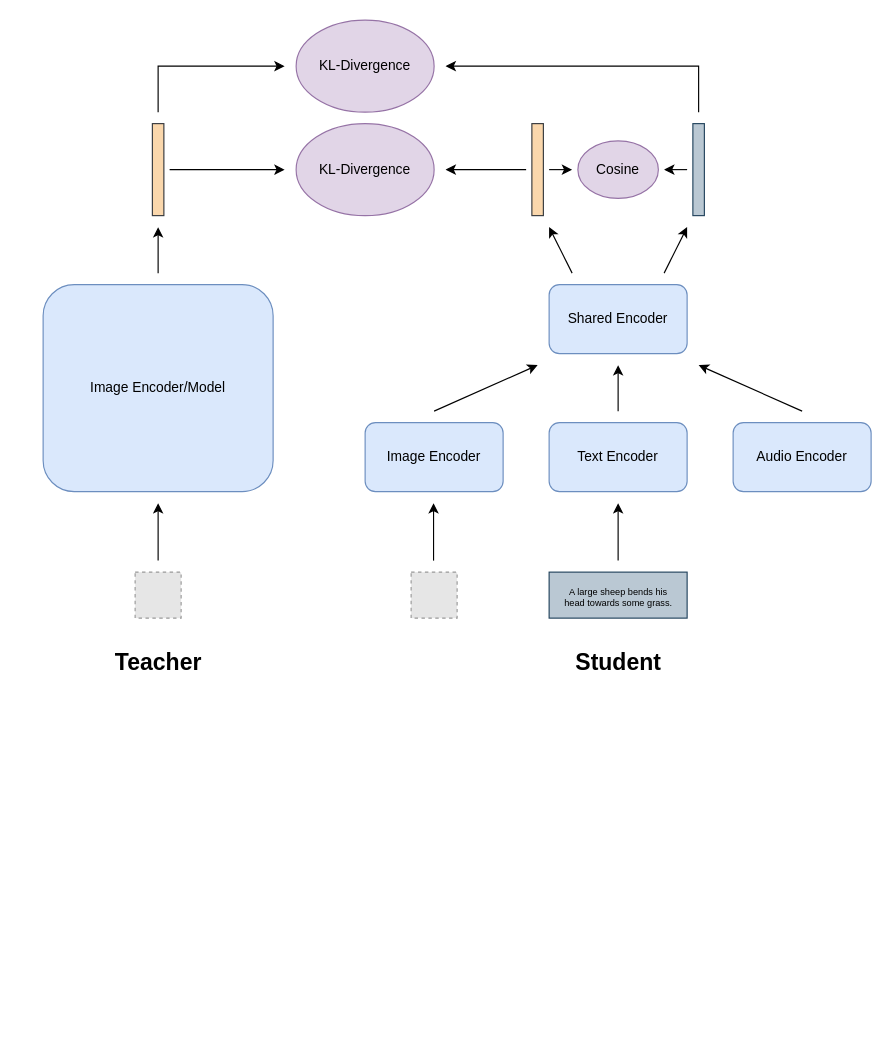
This is docs/thesis/figures/shre.drawio from TimCares/MasterThesis, a draw.io file, before an edit. Source tidied: cells renumbered, new cells numbered last; positions are measured from the earlier drawing's top-left corner, leaving out a move shared by most shapes. Both pictures are drawn from the tidied source at 115%, with x=0, y=0 at pixel (43, 20). Pictures stored in the file or linked from it are replaced by grey dashed boxes.
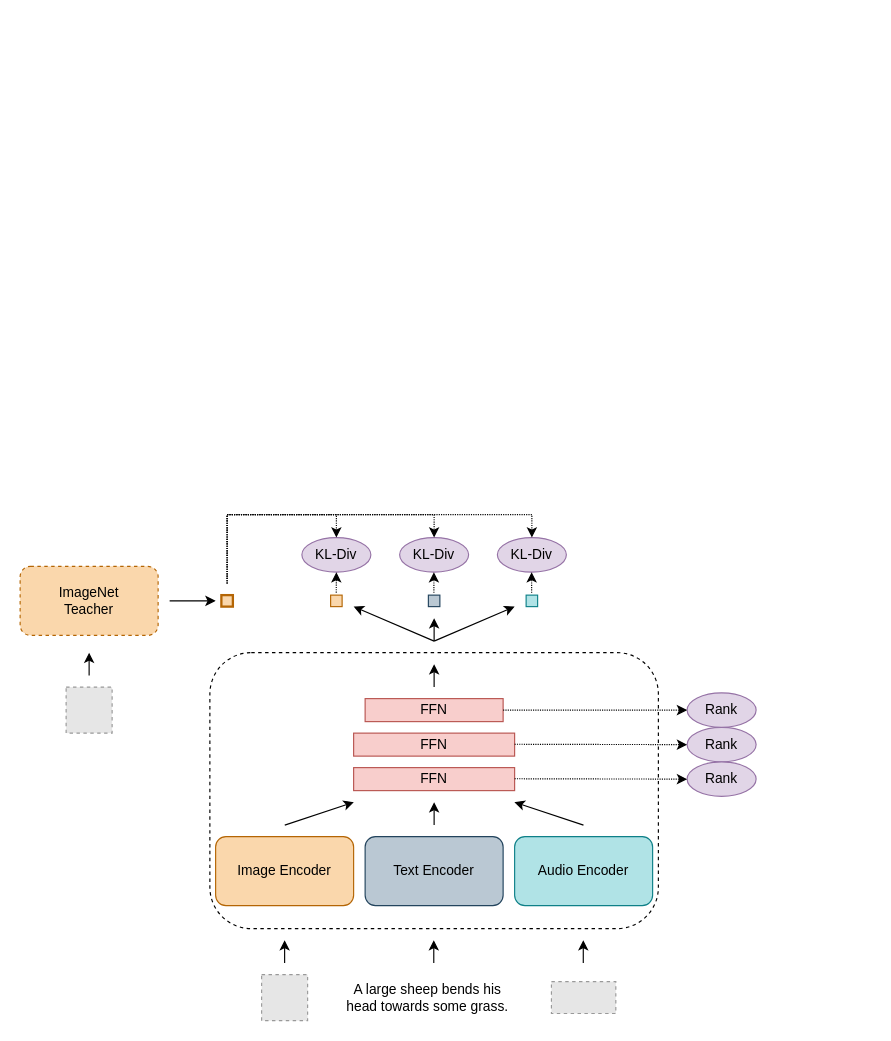
Above is the later version.

Commit message (it also covers changes not shown here):
adjusted shre

The edit, as a diff of the source:
```diff
@@
-    <mxCell id="2" value="Image Encoder/Model" style="rounded=1;whiteSpace=wrap;html=1;fillColor=#dae8fc;strokeColor=#6c8ebf;" parent="1" vertex="1">
-      <mxGeometry y="230" width="200" height="180" as="geometry" />
-    </mxCell>
+    <mxCell id="33" style="rounded=1;whiteSpace=wrap;html=1;fillColor=none;dashed=1;" parent="1" vertex="1">
+      <mxGeometry x="145" y="550" width="390" height="240" as="geometry" />
+    </mxCell>
-    <mxCell id="3" value="Image Encoder" style="rounded=1;whiteSpace=wrap;html=1;fillColor=#dae8fc;strokeColor=#6c8ebf;" parent="1" vertex="1">
-      <mxGeometry x="280" y="350" width="120" height="60" as="geometry" />
+    <mxCell id="3" value="Image Encoder" style="rounded=1;whiteSpace=wrap;html=1;fillColor=#fad7ac;strokeColor=#b46504;" parent="1" vertex="1">
+      <mxGeometry x="150" y="710" width="120" height="60" as="geometry" />
     </mxCell>
-    <mxCell id="4" style="endArrow=classic;html=1;rounded=0;" parent="1" edge="1">
-      <mxGeometry relative="1" as="geometry">
-        <mxPoint x="100" y="470" as="sourcePoint" />
-        <mxPoint x="100" y="420" as="targetPoint" />
-      </mxGeometry>
-    </mxCell>
-    <mxCell id="5" style="fillColor=#E6E6E6;strokeColor=#999999;dashed=1;verticalLabelPosition=bottom;labelBackgroundColor=default;verticalAlign=top;" parent="1" vertex="1">
-      <mxGeometry x="80" y="480" width="40" height="40" as="geometry" />
-    </mxCell>
-    <mxCell id="6" style="endArrow=classic;html=1;rounded=0;" parent="1" edge="1">
-      <mxGeometry relative="1" as="geometry">
-        <mxPoint x="500" y="470" as="sourcePoint" />
-        <mxPoint x="500" y="420" as="targetPoint" />
-      </mxGeometry>
-    </mxCell>
-    <mxCell id="7" style="endArrow=classic;html=1;rounded=0;" parent="1" edge="1">
-      <mxGeometry relative="1" as="geometry">
-        <mxPoint x="339.5" y="470" as="sourcePoint" />
-        <mxPoint x="339.5" y="420" as="targetPoint" />
-      </mxGeometry>
-    </mxCell>
-    <mxCell id="8" style="fillColor=#E6E6E6;strokeColor=#999999;dashed=1;verticalLabelPosition=bottom;labelBackgroundColor=default;verticalAlign=top;" parent="1" vertex="1">
-      <mxGeometry x="320" y="480" width="40" height="40" as="geometry" />
-    </mxCell>
-    <mxCell id="9" value="&lt;font style=&quot;font-size: 8px;&quot;&gt;A large sheep bends his&lt;/font&gt;&lt;div style=&quot;font-size: 8px;&quot;&gt;&lt;div&gt;&lt;font style=&quot;font-size: 8px;&quot;&gt;head towards some grass.&lt;/font&gt;&lt;/div&gt;&lt;/div&gt;" style="text;html=1;align=center;verticalAlign=middle;strokeColor=#23445d;fillColor=#bac8d3;" parent="1" vertex="1">
-      <mxGeometry x="440" y="480" width="120" height="40" as="geometry" />
-    </mxCell>
-    <mxCell id="10" value="Text Encoder" style="rounded=1;whiteSpace=wrap;html=1;fillColor=#dae8fc;strokeColor=#6c8ebf;" parent="1" vertex="1">
-      <mxGeometry x="440" y="350" width="120" height="60" as="geometry" />
+    <mxCell id="10" value="Text Encoder" style="rounded=1;whiteSpace=wrap;html=1;fillColor=#bac8d3;strokeColor=#23445d;" parent="1" vertex="1">
+      <mxGeometry x="280" y="710" width="120" height="60" as="geometry" />
     </mxCell>
-    <mxCell id="11" value="Audio Encoder" style="rounded=1;whiteSpace=wrap;html=1;fillColor=#dae8fc;strokeColor=#6c8ebf;" parent="1" vertex="1">
-      <mxGeometry x="600" y="350" width="120" height="60" as="geometry" />
+    <mxCell id="11" value="Audio Encoder" style="rounded=1;whiteSpace=wrap;html=1;fillColor=#b0e3e6;strokeColor=#0e8088;" parent="1" vertex="1">
+      <mxGeometry x="410" y="710" width="120" height="60" as="geometry" />
     </mxCell>
-    <mxCell id="12" value="Shared Encoder" style="rounded=1;whiteSpace=wrap;html=1;fillColor=#dae8fc;strokeColor=#6c8ebf;" parent="1" vertex="1">
-      <mxGeometry x="440" y="230" width="120" height="60" as="geometry" />
-    </mxCell>
-    <mxCell id="13" style="endArrow=classic;html=1;rounded=0;" parent="1" edge="1">
-      <mxGeometry relative="1" as="geometry">
-        <mxPoint x="340" y="340" as="sourcePoint" />
-        <mxPoint x="430" y="300" as="targetPoint" />
-      </mxGeometry>
-    </mxCell>
-    <mxCell id="14" style="endArrow=classic;html=1;rounded=0;" parent="1" edge="1">
-      <mxGeometry relative="1" as="geometry">
-        <mxPoint x="500" y="340" as="sourcePoint" />
-        <mxPoint x="500" y="300" as="targetPoint" />
-      </mxGeometry>
-    </mxCell>
-    <mxCell id="15" style="endArrow=classic;html=1;rounded=0;" parent="1" edge="1">
-      <mxGeometry relative="1" as="geometry">
-        <mxPoint x="660" y="340" as="sourcePoint" />
-        <mxPoint x="570" y="300" as="targetPoint" />
-      </mxGeometry>
-    </mxCell>
-    <mxCell id="16" style="endArrow=classic;html=1;rounded=0;" parent="1" edge="1">
-      <mxGeometry relative="1" as="geometry">
-        <mxPoint x="130" y="130" as="sourcePoint" />
-        <mxPoint x="210" y="130" as="targetPoint" />
-        <Array as="points">
-          <mxPoint x="110" y="130" />
-        </Array>
-      </mxGeometry>
-    </mxCell>
-    <mxCell id="17" value="KL-Divergence" style="ellipse;whiteSpace=wrap;html=1;fillColor=#e1d5e7;strokeColor=#9673a6;" parent="1" vertex="1">
-      <mxGeometry x="220" width="120" height="80" as="geometry" />
-    </mxCell>
-    <mxCell id="18" value="KL-Divergence" style="ellipse;whiteSpace=wrap;html=1;fillColor=#e1d5e7;strokeColor=#9673a6;" parent="1" vertex="1">
-      <mxGeometry x="220" y="90" width="120" height="80" as="geometry" />
-    </mxCell>
-    <mxCell id="19" style="endArrow=classic;html=1;rounded=0;" parent="1" edge="1">
-      <mxGeometry relative="1" as="geometry">
-        <mxPoint x="100" y="80" as="sourcePoint" />
-        <mxPoint x="210" y="40" as="targetPoint" />
-        <Array as="points">
-          <mxPoint x="100" y="40" />
-        </Array>
-      </mxGeometry>
-    </mxCell>
-    <mxCell id="20" style="endArrow=classic;html=1;rounded=0;" parent="1" edge="1">
-      <mxGeometry relative="1" as="geometry">
-        <mxPoint x="460" y="220" as="sourcePoint" />
-        <mxPoint x="440" y="180" as="targetPoint" />
-      </mxGeometry>
-    </mxCell>
-    <mxCell id="21" style="endArrow=classic;html=1;rounded=0;" parent="1" edge="1">
-      <mxGeometry relative="1" as="geometry">
-        <mxPoint x="540" y="220" as="sourcePoint" />
-        <mxPoint x="560" y="180" as="targetPoint" />
-      </mxGeometry>
-    </mxCell>
-    <mxCell id="22" style="rounded=0;whiteSpace=wrap;html=1;fillColor=#bac8d3;strokeColor=#23445d;" parent="1" vertex="1">
-      <mxGeometry x="565" y="90" width="10" height="80" as="geometry" />
-    </mxCell>
-    <mxCell id="23" style="rounded=0;whiteSpace=wrap;html=1;fillColor=#FAD7AC;strokeColor=#36393d;" parent="1" vertex="1">
-      <mxGeometry x="425" y="90" width="10" height="80" as="geometry" />
-    </mxCell>
-    <mxCell id="24" style="rounded=0;whiteSpace=wrap;html=1;fillColor=#FAD7AC;strokeColor=#36393d;" parent="1" vertex="1">
-      <mxGeometry x="95" y="90" width="10" height="80" as="geometry" />
-    </mxCell>
-    <mxCell id="25" style="endArrow=classic;html=1;rounded=0;" parent="1" edge="1">
-      <mxGeometry relative="1" as="geometry">
-        <mxPoint x="100" y="220" as="sourcePoint" />
-        <mxPoint x="100" y="180" as="targetPoint" />
-      </mxGeometry>
-    </mxCell>
-    <mxCell id="26" style="endArrow=classic;html=1;rounded=0;" parent="1" edge="1">
-      <mxGeometry relative="1" as="geometry">
-        <mxPoint x="420" y="130" as="sourcePoint" />
-        <mxPoint x="350" y="130" as="targetPoint" />
-      </mxGeometry>
-    </mxCell>
-    <mxCell id="27" style="endArrow=classic;html=1;rounded=0;" parent="1" edge="1">
-      <mxGeometry relative="1" as="geometry">
-        <mxPoint x="570" y="80" as="sourcePoint" />
-        <mxPoint x="350" y="40" as="targetPoint" />
-        <Array as="points">
-          <mxPoint x="570" y="40" />
-        </Array>
-      </mxGeometry>
-    </mxCell>
-    <mxCell id="28" value="&lt;font size=&quot;1&quot;&gt;&lt;b style=&quot;font-size: 20px;&quot;&gt;Student&lt;/b&gt;&lt;/font&gt;" style="text;html=1;align=center;verticalAlign=middle;strokeColor=none;fillColor=none;" parent="1" vertex="1">
-      <mxGeometry x="454" y="540" width="92" height="36" as="geometry" />
-    </mxCell>
-    <mxCell id="29" value="&lt;font size=&quot;1&quot;&gt;&lt;b style=&quot;font-size: 20px;&quot;&gt;Teacher&lt;/b&gt;&lt;/font&gt;" style="text;html=1;align=center;verticalAlign=middle;strokeColor=none;fillColor=none;" parent="1" vertex="1">
-      <mxGeometry x="50" y="538" width="100" height="40" as="geometry" />
-    </mxCell>
-    <mxCell id="30" value="Cosine" style="ellipse;whiteSpace=wrap;html=1;fillColor=#e1d5e7;strokeColor=#9673a6;" parent="1" vertex="1">
-      <mxGeometry x="465" y="105" width="70" height="50" as="geometry" />
-    </mxCell>
-    <mxCell id="31" style="endArrow=classic;html=1;rounded=0;" parent="1" edge="1">
-      <mxGeometry relative="1" as="geometry">
-        <mxPoint x="440" y="130" as="sourcePoint" />
-        <mxPoint x="460" y="130" as="targetPoint" />
-      </mxGeometry>
-    </mxCell>
-    <mxCell id="32" style="endArrow=classic;html=1;rounded=0;" parent="1" edge="1">
-      <mxGeometry relative="1" as="geometry">
-        <mxPoint x="560" y="130" as="sourcePoint" />
-        <mxPoint x="540" y="130" as="targetPoint" />
-      </mxGeometry>
-    </mxCell>
+    <mxCell id="34" value="FFN" style="rounded=0;whiteSpace=wrap;html=1;fillColor=#f8cecc;strokeColor=#b85450;" parent="1" vertex="1">
+      <mxGeometry x="270" y="650" width="140" height="20" as="geometry" />
+    </mxCell>
+    <mxCell id="35" value="FFN" style="rounded=0;whiteSpace=wrap;html=1;fillColor=#f8cecc;strokeColor=#b85450;" parent="1" vertex="1">
+      <mxGeometry x="270" y="620" width="140" height="20" as="geometry" />
+    </mxCell>
+    <mxCell id="36" value="Rank" style="ellipse;whiteSpace=wrap;html=1;fillColor=#e1d5e7;strokeColor=#9673a6;" parent="1" vertex="1">
+      <mxGeometry x="560" y="615" width="60" height="30" as="geometry" />
+    </mxCell>
+    <mxCell id="37" value="FFN" style="rounded=0;whiteSpace=wrap;html=1;fillColor=#f8cecc;strokeColor=#b85450;" parent="1" vertex="1">
+      <mxGeometry x="280" y="590" width="120" height="20" as="geometry" />
+    </mxCell>
+    <mxCell id="38" value="ImageNet&lt;div&gt;Teacher&lt;/div&gt;" style="rounded=1;whiteSpace=wrap;html=1;fillColor=#fad7ac;strokeColor=#b46504;dashed=1;" parent="1" vertex="1">
+      <mxGeometry x="-20" y="475" width="120" height="60" as="geometry" />
+    </mxCell>
+    <mxCell id="39" value="KL-Div" style="ellipse;whiteSpace=wrap;html=1;fillColor=#e1d5e7;strokeColor=#9673a6;" parent="1" vertex="1">
+      <mxGeometry x="310" y="450" width="60" height="30" as="geometry" />
+    </mxCell>
+    <mxCell id="40" style="endArrow=classic;html=1;rounded=0;exitX=0.167;exitY=0.625;exitDx=0;exitDy=0;exitPerimeter=0;entryX=0.321;entryY=0.542;entryDx=0;entryDy=0;entryPerimeter=0;" parent="1" edge="1" source="33" target="33">
+      <mxGeometry relative="1" as="geometry" />
+    </mxCell>
+    <mxCell id="41" style="endArrow=classic;html=1;rounded=0;exitX=0.833;exitY=0.625;exitDx=0;exitDy=0;exitPerimeter=0;entryX=0.679;entryY=0.542;entryDx=0;entryDy=0;entryPerimeter=0;" parent="1" edge="1" source="33" target="33">
+      <mxGeometry relative="1" as="geometry" />
+    </mxCell>
+    <mxCell id="42" style="endArrow=classic;html=1;rounded=0;exitX=0.5;exitY=0.625;exitDx=0;exitDy=0;exitPerimeter=0;entryX=0.5;entryY=0.542;entryDx=0;entryDy=0;entryPerimeter=0;" parent="1" edge="1" source="33" target="33">
+      <mxGeometry relative="1" as="geometry" />
+    </mxCell>
+    <mxCell id="43" style="endArrow=classic;html=1;rounded=0;exitX=0.833;exitY=0.625;exitDx=0;exitDy=0;exitPerimeter=0;entryX=0.5;entryY=0.042;entryDx=0;entryDy=0;entryPerimeter=0;" parent="1" edge="1" target="33">
+      <mxGeometry relative="1" as="geometry">
+        <mxPoint x="340" y="580" as="sourcePoint" />
+      </mxGeometry>
+    </mxCell>
+    <mxCell id="44" style="endArrow=classic;html=1;rounded=0;" parent="1" edge="1">
+      <mxGeometry relative="1" as="geometry">
+        <mxPoint x="340" y="540" as="sourcePoint" />
+        <mxPoint x="410" y="510" as="targetPoint" />
+      </mxGeometry>
+    </mxCell>
+    <mxCell id="45" style="endArrow=classic;html=1;rounded=0;" parent="1" edge="1">
+      <mxGeometry relative="1" as="geometry">
+        <mxPoint x="340" y="540" as="sourcePoint" />
+        <mxPoint x="270" y="510" as="targetPoint" />
+      </mxGeometry>
+    </mxCell>
+    <mxCell id="46" style="endArrow=classic;html=1;rounded=0;" parent="1" edge="1">
+      <mxGeometry relative="1" as="geometry">
+        <mxPoint x="340" y="540" as="sourcePoint" />
+        <mxPoint x="340" y="520" as="targetPoint" />
+      </mxGeometry>
+    </mxCell>
+    <mxCell id="47" style="rounded=0;whiteSpace=wrap;html=1;fillColor=#fad7ac;strokeColor=#b46504;" parent="1" vertex="1">
+      <mxGeometry x="250" y="500" width="10" height="10" as="geometry" />
+    </mxCell>
+    <mxCell id="48" style="rounded=0;whiteSpace=wrap;html=1;fillColor=#bac8d3;strokeColor=#23445d;" parent="1" vertex="1">
+      <mxGeometry x="335" y="500" width="10" height="10" as="geometry" />
+    </mxCell>
+    <mxCell id="49" style="rounded=0;whiteSpace=wrap;html=1;fillColor=#b0e3e6;strokeColor=#0e8088;" parent="1" vertex="1">
+      <mxGeometry x="420" y="500" width="10" height="10" as="geometry" />
+    </mxCell>
+    <mxCell id="50" style="endArrow=classic;html=1;rounded=0;" parent="1" edge="1">
+      <mxGeometry relative="1" as="geometry">
+        <mxPoint x="110" y="505" as="sourcePoint" />
+        <mxPoint x="150" y="505" as="targetPoint" />
+      </mxGeometry>
+    </mxCell>
+    <mxCell id="51" style="rounded=0;whiteSpace=wrap;html=1;fillColor=#fad7ac;strokeColor=#b46504;strokeWidth=2;" parent="1" vertex="1">
+      <mxGeometry x="155" y="500" width="10" height="10" as="geometry" />
+    </mxCell>
+    <mxCell id="52" value="KL-Div" style="ellipse;whiteSpace=wrap;html=1;fillColor=#e1d5e7;strokeColor=#9673a6;" parent="1" vertex="1">
+      <mxGeometry x="395" y="450" width="60" height="30" as="geometry" />
+    </mxCell>
+    <mxCell id="53" value="KL-Div" style="ellipse;whiteSpace=wrap;html=1;fillColor=#e1d5e7;strokeColor=#9673a6;" parent="1" vertex="1">
+      <mxGeometry x="225" y="450" width="60" height="30" as="geometry" />
+    </mxCell>
+    <mxCell id="54" style="endArrow=classic;html=1;rounded=0;entryX=0.5;entryY=0;entryDx=0;entryDy=0;dashed=1;dashPattern=1 1;" parent="1" edge="1" target="53">
+      <mxGeometry relative="1" as="geometry">
+        <mxPoint x="160" y="490" as="sourcePoint" />
+        <Array as="points">
+          <mxPoint x="160" y="430" />
+          <mxPoint x="255" y="430" />
+        </Array>
+      </mxGeometry>
+    </mxCell>
+    <mxCell id="55" style="endArrow=classic;html=1;rounded=0;dashed=1;dashPattern=1 1;entryX=0.5;entryY=0;entryDx=0;entryDy=0;" parent="1" edge="1" target="39">
+      <mxGeometry relative="1" as="geometry">
+        <mxPoint x="160" y="490" as="sourcePoint" />
+        <Array as="points">
+          <mxPoint x="160" y="430" />
+          <mxPoint x="340" y="430" />
+        </Array>
+      </mxGeometry>
+    </mxCell>
+    <mxCell id="56" style="endArrow=classic;html=1;rounded=0;dashed=1;dashPattern=1 1;entryX=0.5;entryY=0;entryDx=0;entryDy=0;" parent="1" edge="1" target="52">
+      <mxGeometry relative="1" as="geometry">
+        <mxPoint x="160" y="490" as="sourcePoint" />
+        <Array as="points">
+          <mxPoint x="160" y="430" />
+          <mxPoint x="425" y="430" />
+        </Array>
+      </mxGeometry>
+    </mxCell>
+    <mxCell id="57" style="endArrow=classic;html=1;rounded=0;exitX=0.489;exitY=-0.215;exitDx=0;exitDy=0;exitPerimeter=0;entryX=0.5;entryY=1;entryDx=0;entryDy=0;dashed=1;dashPattern=1 1;" parent="1" edge="1" source="47" target="53">
+      <mxGeometry relative="1" as="geometry" />
+    </mxCell>
+    <mxCell id="58" style="endArrow=classic;html=1;rounded=0;exitX=0.489;exitY=-0.215;exitDx=0;exitDy=0;exitPerimeter=0;entryX=0.5;entryY=1;entryDx=0;entryDy=0;dashed=1;dashPattern=1 1;" parent="1" edge="1">
+      <mxGeometry relative="1" as="geometry">
+        <mxPoint x="339.8" y="498" as="sourcePoint" />
+        <mxPoint x="339.8" y="480" as="targetPoint" />
+      </mxGeometry>
+    </mxCell>
+    <mxCell id="59" style="endArrow=classic;html=1;rounded=0;exitX=0.489;exitY=-0.215;exitDx=0;exitDy=0;exitPerimeter=0;entryX=0.5;entryY=1;entryDx=0;entryDy=0;dashed=1;dashPattern=1 1;" parent="1" edge="1">
+      <mxGeometry relative="1" as="geometry">
+        <mxPoint x="424.8" y="498" as="sourcePoint" />
+        <mxPoint x="424.8" y="480" as="targetPoint" />
+      </mxGeometry>
+    </mxCell>
+    <mxCell id="60" value="Rank" style="ellipse;whiteSpace=wrap;html=1;fillColor=#e1d5e7;strokeColor=#9673a6;" parent="1" vertex="1">
+      <mxGeometry x="560" y="585" width="60" height="30" as="geometry" />
+    </mxCell>
+    <mxCell id="61" value="Rank" style="ellipse;whiteSpace=wrap;html=1;fillColor=#e1d5e7;strokeColor=#9673a6;" parent="1" vertex="1">
+      <mxGeometry x="560" y="645" width="60" height="30" as="geometry" />
+    </mxCell>
+    <mxCell id="62" style="endArrow=classic;html=1;rounded=0;exitX=1;exitY=0.5;exitDx=0;exitDy=0;entryX=0;entryY=0.5;entryDx=0;entryDy=0;dashed=1;dashPattern=1 1;" parent="1" edge="1" source="37" target="60">
+      <mxGeometry relative="1" as="geometry" />
+    </mxCell>
+    <mxCell id="63" style="endArrow=classic;html=1;rounded=0;exitX=1;exitY=0.5;exitDx=0;exitDy=0;dashed=1;dashPattern=1 1;" parent="1" edge="1">
+      <mxGeometry relative="1" as="geometry">
+        <mxPoint x="410" y="629.7" as="sourcePoint" />
+        <mxPoint x="560" y="630" as="targetPoint" />
+      </mxGeometry>
+    </mxCell>
+    <mxCell id="64" style="endArrow=classic;html=1;rounded=0;exitX=1;exitY=0.5;exitDx=0;exitDy=0;dashed=1;dashPattern=1 1;" parent="1" edge="1">
+      <mxGeometry relative="1" as="geometry">
+        <mxPoint x="410" y="659.7" as="sourcePoint" />
+        <mxPoint x="560" y="660" as="targetPoint" />
+      </mxGeometry>
+    </mxCell>
+    <mxCell id="65" style="fillColor=#E6E6E6;strokeColor=#999999;dashed=1;verticalLabelPosition=bottom;labelBackgroundColor=default;verticalAlign=top;" parent="1" vertex="1">
+      <mxGeometry x="190" y="830" width="40" height="40" as="geometry" />
+    </mxCell>
+    <mxCell id="9" value="A large sheep bends his&lt;div&gt;&lt;div&gt;head towards some grass.&lt;/div&gt;&lt;/div&gt;" style="text;html=1;align=center;verticalAlign=middle;strokeColor=none;fillColor=none;" parent="1" vertex="1">
+      <mxGeometry x="254" y="830" width="160" height="40" as="geometry" />
+    </mxCell>
+    <mxCell id="66" style="fillColor=#E6E6E6;strokeColor=#999999;dashed=1;verticalLabelPosition=bottom;labelBackgroundColor=default;verticalAlign=top;" parent="1" vertex="1">
+      <mxGeometry x="442" y="836.1" width="56" height="27.7" as="geometry" />
+    </mxCell>
+    <mxCell id="67" style="endArrow=classic;html=1;rounded=0;" parent="1" edge="1">
+      <mxGeometry relative="1" as="geometry">
+        <mxPoint x="210" y="820" as="sourcePoint" />
+        <mxPoint x="210" y="800" as="targetPoint" />
+      </mxGeometry>
+    </mxCell>
+    <mxCell id="68" style="endArrow=classic;html=1;rounded=0;" parent="1" edge="1">
+      <mxGeometry relative="1" as="geometry">
+        <mxPoint x="339.7" y="820" as="sourcePoint" />
+        <mxPoint x="339.7" y="800" as="targetPoint" />
+      </mxGeometry>
+    </mxCell>
+    <mxCell id="69" style="endArrow=classic;html=1;rounded=0;" parent="1" edge="1">
+      <mxGeometry relative="1" as="geometry">
+        <mxPoint x="469.7" y="820" as="sourcePoint" />
+        <mxPoint x="469.7" y="800" as="targetPoint" />
+      </mxGeometry>
+    </mxCell>
+    <mxCell id="70" style="endArrow=classic;html=1;rounded=0;" parent="1" edge="1">
+      <mxGeometry relative="1" as="geometry">
+        <mxPoint x="40" y="570" as="sourcePoint" />
+        <mxPoint x="40" y="550" as="targetPoint" />
+      </mxGeometry>
+    </mxCell>
+    <mxCell id="71" style="fillColor=#E6E6E6;strokeColor=#999999;dashed=1;verticalLabelPosition=bottom;labelBackgroundColor=default;verticalAlign=top;" parent="1" vertex="1">
+      <mxGeometry x="20" y="580" width="40" height="40" as="geometry" />
+    </mxCell>
```
